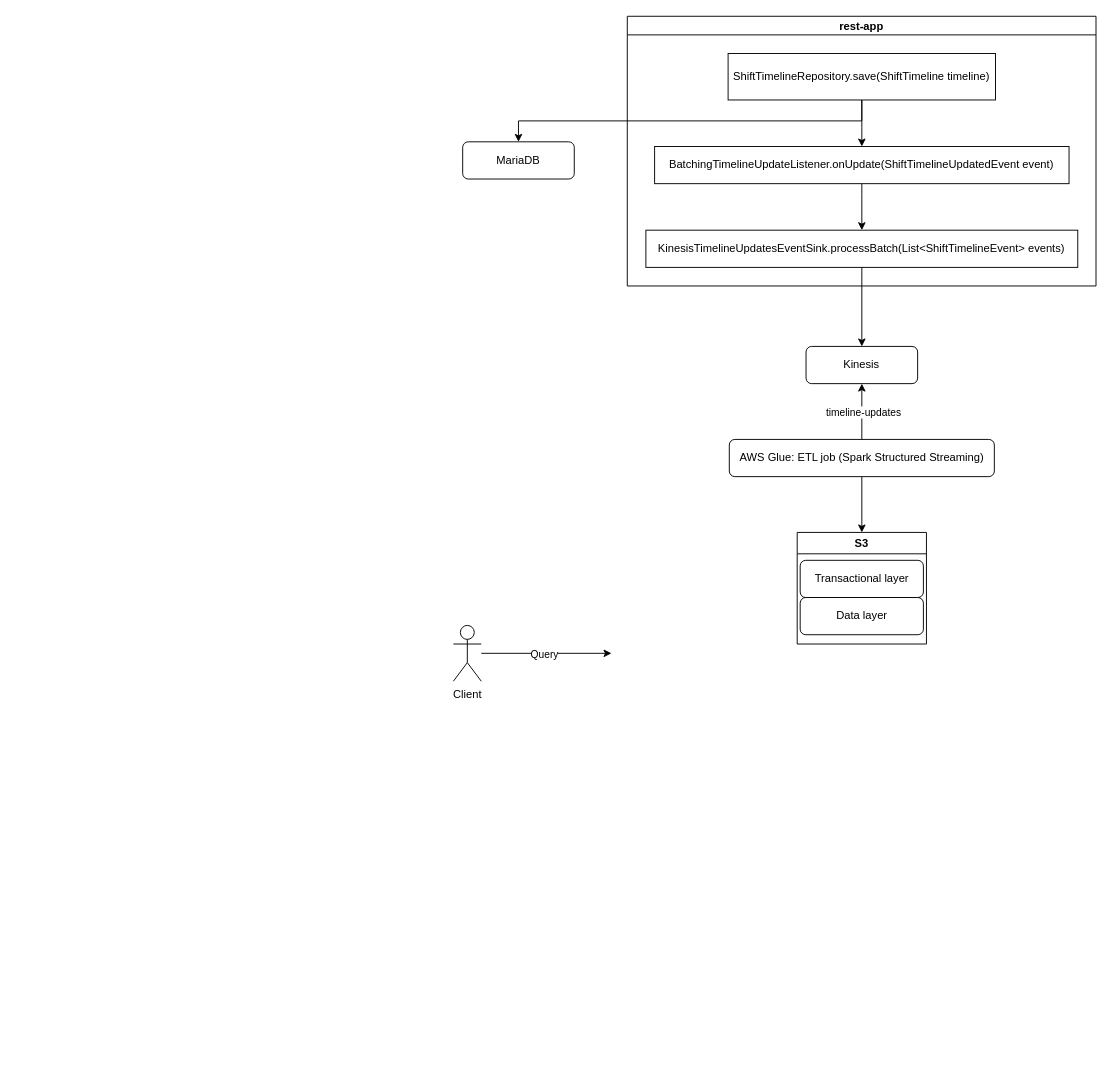
Earlier version of the draw.io diagram diagrams/reporting.drawio (evoconou/draw.io). Source tidied: cells renumbered, new cells numbered last; positions are measured from the earlier drawing's top-left corner, leaving out a move shared by most shapes. Both pictures are drawn from the tidied source at 93%, with x=0, y=0 at pixel (453, 16).
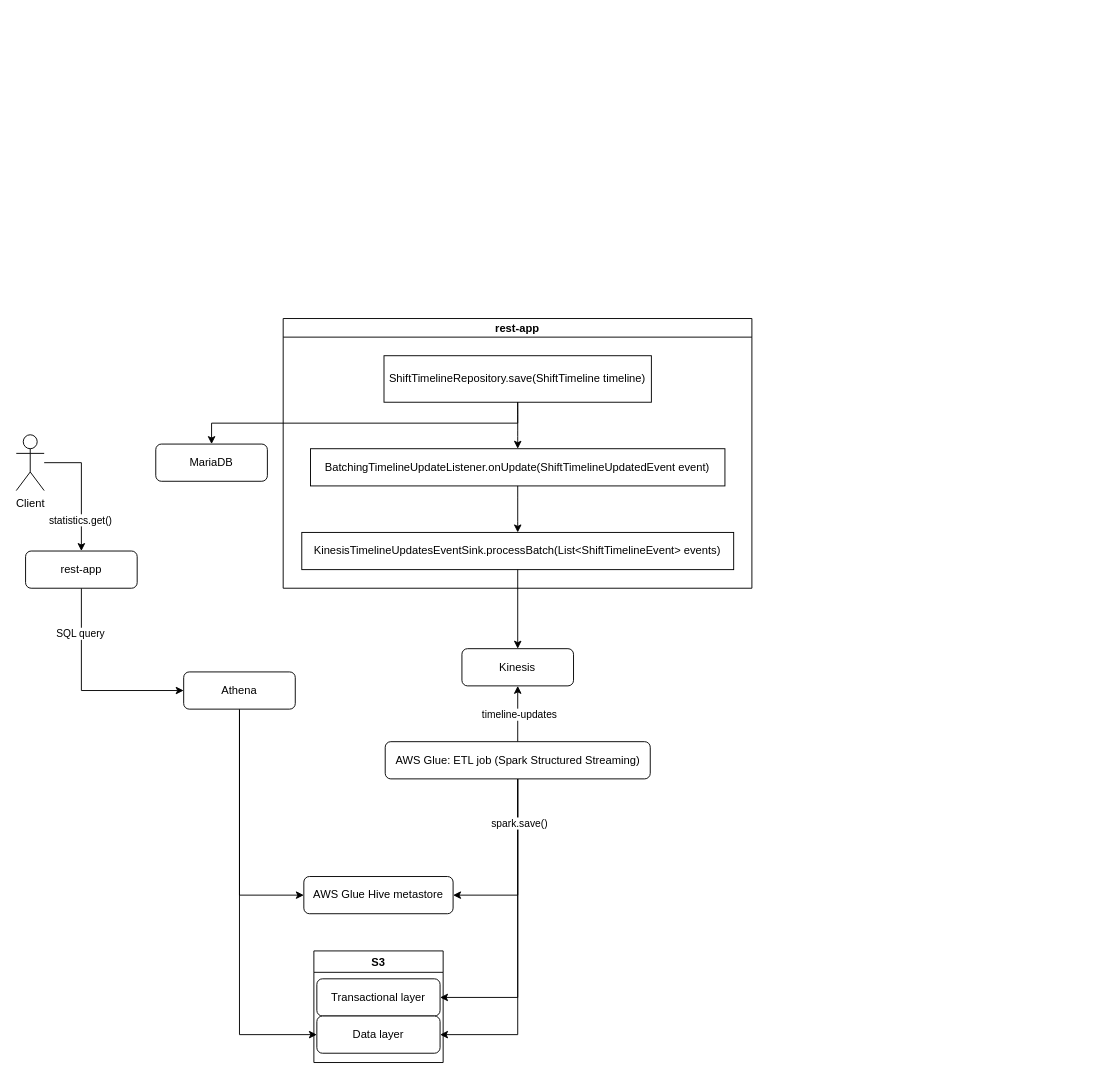
The same page after the edit.

The change refers to these unchanged cells:
```xml
<mxCell id="20" value="Transactional layer" style="rounded=1;whiteSpace=wrap;html=1;fontSize=12;glass=0;strokeWidth=1;shadow=0;" parent="19" vertex="1">
  <mxGeometry x="3.2" y="30" width="132.5" height="40" as="geometry" />
</mxCell>
<mxCell id="21" value="Data layer" style="rounded=1;whiteSpace=wrap;html=1;fontSize=12;glass=0;strokeWidth=1;shadow=0;" parent="19" vertex="1">
  <mxGeometry x="3.2" y="70" width="132.5" height="40" as="geometry" />
</mxCell>
```

Change to the diagram source:
```diff
@@
     <mxCell id="2" value="Kinesis" style="rounded=1;whiteSpace=wrap;html=1;fontSize=12;glass=0;strokeWidth=1;shadow=0;" parent="1" vertex="1">
-      <mxGeometry x="379.2" y="355" width="120" height="40" as="geometry" />
+      <mxGeometry x="9.2" y="680" width="120" height="40" as="geometry" />
     </mxCell>
@@
-    <mxCell id="5" style="edgeStyle=orthogonalEdgeStyle;rounded=0;jettySize=auto;html=1;entryX=0.5;entryY=0;entryDx=0;entryDy=0;" parent="1" edge="1" source="6" target="19">
-      <mxGeometry relative="1" as="geometry" />
-    </mxCell>
+    <mxCell id="22" style="edgeStyle=orthogonalEdgeStyle;rounded=0;jettySize=auto;html=1;entryX=1;entryY=0.5;entryDx=0;entryDy=0;" parent="1" edge="1" source="6" target="20">
+      <mxGeometry relative="1" as="geometry" />
+    </mxCell>
+    <mxCell id="23" style="edgeStyle=orthogonalEdgeStyle;rounded=0;jettySize=auto;html=1;entryX=1;entryY=0.5;entryDx=0;entryDy=0;" parent="1" edge="1" source="6" target="31">
+      <mxGeometry relative="1" as="geometry" />
+    </mxCell>
+    <mxCell id="24" style="edgeStyle=orthogonalEdgeStyle;rounded=0;jettySize=auto;html=1;entryX=1;entryY=0.5;entryDx=0;entryDy=0;" parent="1" edge="1" source="6" target="21">
+      <mxGeometry relative="1" as="geometry" />
+    </mxCell>
+    <mxCell id="25" value="spark.save()" style="edgeLabel;html=1;align=center;verticalAlign=middle;" parent="24" vertex="1">
+      <mxGeometry x="-0.74" y="1" relative="1" as="geometry" />
+    </mxCell>
     <mxCell id="6" value="AWS Glue: ETL job (Spark Structured Streaming)" style="rounded=1;whiteSpace=wrap;html=1;fontSize=12;glass=0;strokeWidth=1;shadow=0;" parent="1" vertex="1">
-      <mxGeometry x="296.7" y="455" width="285" height="40" as="geometry" />
+      <mxGeometry x="-73.3" y="780" width="285" height="40" as="geometry" />
     </mxCell>
-    <mxCell id="7" style="edgeStyle=orthogonalEdgeStyle;rounded=0;jettySize=auto;html=1;entryX=0;entryY=0.5;entryDx=0;entryDy=0;" parent="1" edge="1" source="9">
-      <mxGeometry relative="1" as="geometry">
-        <mxPoint x="170" y="685" as="targetPoint" />
-      </mxGeometry>
-    </mxCell>
-    <mxCell id="8" value="Query" style="edgeLabel;html=1;align=center;verticalAlign=middle;" parent="7" vertex="1">
-      <mxGeometry x="-0.05" y="-1" relative="1" as="geometry" />
-    </mxCell>
+    <mxCell id="26" style="edgeStyle=orthogonalEdgeStyle;rounded=0;jettySize=auto;html=1;" parent="1" edge="1" source="9" target="34">
+      <mxGeometry relative="1" as="geometry">
+        <Array as="points">
+          <mxPoint x="-400" y="480" />
+        </Array>
+      </mxGeometry>
+    </mxCell>
+    <mxCell id="27" value="statistics.get()" style="edgeLabel;html=1;align=center;verticalAlign=middle;" parent="26" vertex="1">
+      <mxGeometry x="0.5" y="-2" relative="1" as="geometry" />
+    </mxCell>
     <mxCell id="9" value="Client" style="shape=umlActor;verticalLabelPosition=bottom;verticalAlign=top;html=1;outlineConnect=0;" parent="1" vertex="1">
-      <mxGeometry y="655" width="30" height="60" as="geometry" />
+      <mxGeometry x="-470" y="450" width="30" height="60" as="geometry" />
     </mxCell>
     <mxCell id="10" value="rest-app" style="swimlane;startSize=20;horizontal=1;flowOrientation=north;interRankCellSpacing=50;containerType=tree;fontSize=12;swimlaneFillColor=none;" parent="1" vertex="1">
-      <mxGeometry x="187" width="504" height="290" as="geometry" />
+      <mxGeometry x="-183" y="325" width="504" height="290" as="geometry" />
     </mxCell>
@@
     <mxCell id="16" value="MariaDB" style="rounded=1;whiteSpace=wrap;html=1;fontSize=12;glass=0;strokeWidth=1;shadow=0;" parent="1" vertex="1">
-      <mxGeometry x="10" y="135" width="120" height="40" as="geometry" />
+      <mxGeometry x="-320" y="460" width="120" height="40" as="geometry" />
     </mxCell>
@@
     <mxCell id="19" value="S3" style="swimlane;" parent="1" vertex="1">
-      <mxGeometry x="369.7" y="555" width="139" height="120" as="geometry" />
+      <mxGeometry x="-150" y="1005" width="139" height="120" as="geometry" />
     </mxCell>
@@
+    <mxCell id="28" style="edgeStyle=orthogonalEdgeStyle;rounded=0;jettySize=auto;html=1;entryX=0;entryY=0.5;entryDx=0;entryDy=0;exitX=0.5;exitY=1;exitDx=0;exitDy=0;" parent="1" edge="1" source="30" target="21">
+      <mxGeometry relative="1" as="geometry" />
+    </mxCell>
+    <mxCell id="29" style="edgeStyle=orthogonalEdgeStyle;rounded=0;jettySize=auto;html=1;entryX=0;entryY=0.5;entryDx=0;entryDy=0;exitX=0.5;exitY=1;exitDx=0;exitDy=0;" parent="1" edge="1" source="30" target="31">
+      <mxGeometry relative="1" as="geometry">
+        <Array as="points">
+          <mxPoint x="-230" y="945" />
+        </Array>
+      </mxGeometry>
+    </mxCell>
+    <mxCell id="30" value="Athena" style="rounded=1;whiteSpace=wrap;html=1;fontSize=12;glass=0;strokeWidth=1;shadow=0;" parent="1" vertex="1">
+      <mxGeometry x="-290" y="705" width="120" height="40" as="geometry" />
+    </mxCell>
+    <mxCell id="31" value="AWS Glue Hive metastore" style="rounded=1;whiteSpace=wrap;html=1;fontSize=12;glass=0;strokeWidth=1;shadow=0;" parent="1" vertex="1">
+      <mxGeometry x="-160.8" y="925" width="160.5" height="40" as="geometry" />
+    </mxCell>
+    <mxCell id="32" style="edgeStyle=orthogonalEdgeStyle;rounded=0;jettySize=auto;html=1;entryX=0;entryY=0.5;entryDx=0;entryDy=0;" parent="1" edge="1" source="34" target="30">
+      <mxGeometry relative="1" as="geometry">
+        <Array as="points">
+          <mxPoint x="-400" y="725" />
+        </Array>
+      </mxGeometry>
+    </mxCell>
+    <mxCell id="33" value="SQL query" style="edgeLabel;html=1;align=center;verticalAlign=middle;" parent="32" vertex="1">
+      <mxGeometry x="-0.56" y="-2" relative="1" as="geometry" />
+    </mxCell>
+    <mxCell id="34" value="rest-app" style="rounded=1;whiteSpace=wrap;html=1;fontSize=12;glass=0;strokeWidth=1;shadow=0;" parent="1" vertex="1">
+      <mxGeometry x="-460" y="575" width="120" height="40" as="geometry" />
+    </mxCell>
```
